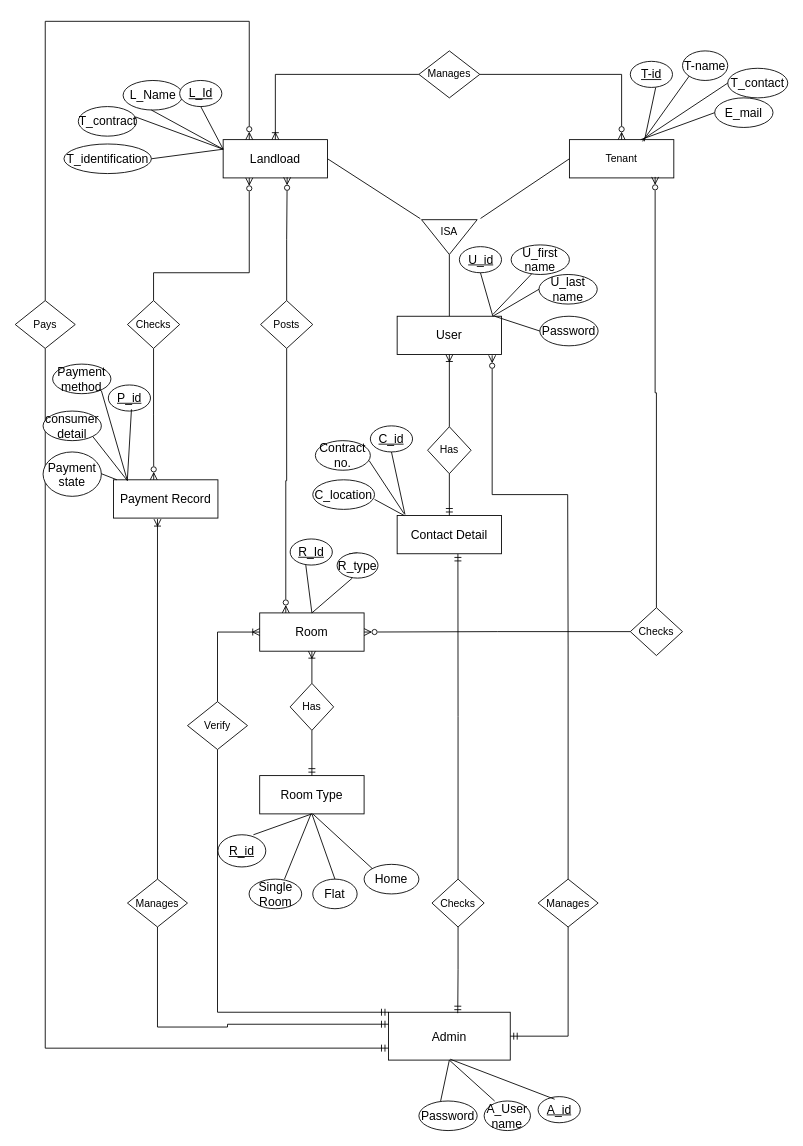
Earlier version of the draw.io diagram page "ERD" (2 of 5) of GharBeti(Diagrams).drawio (Sbdpratik/gharbeti). Source tidied: cells renumbered, new cells numbered last; positions are measured from the earlier drawing's top-left corner, leaving out a move shared by most shapes. Both pictures are drawn from the tidied source at 87%, with x=0, y=0 at pixel (15, 21).
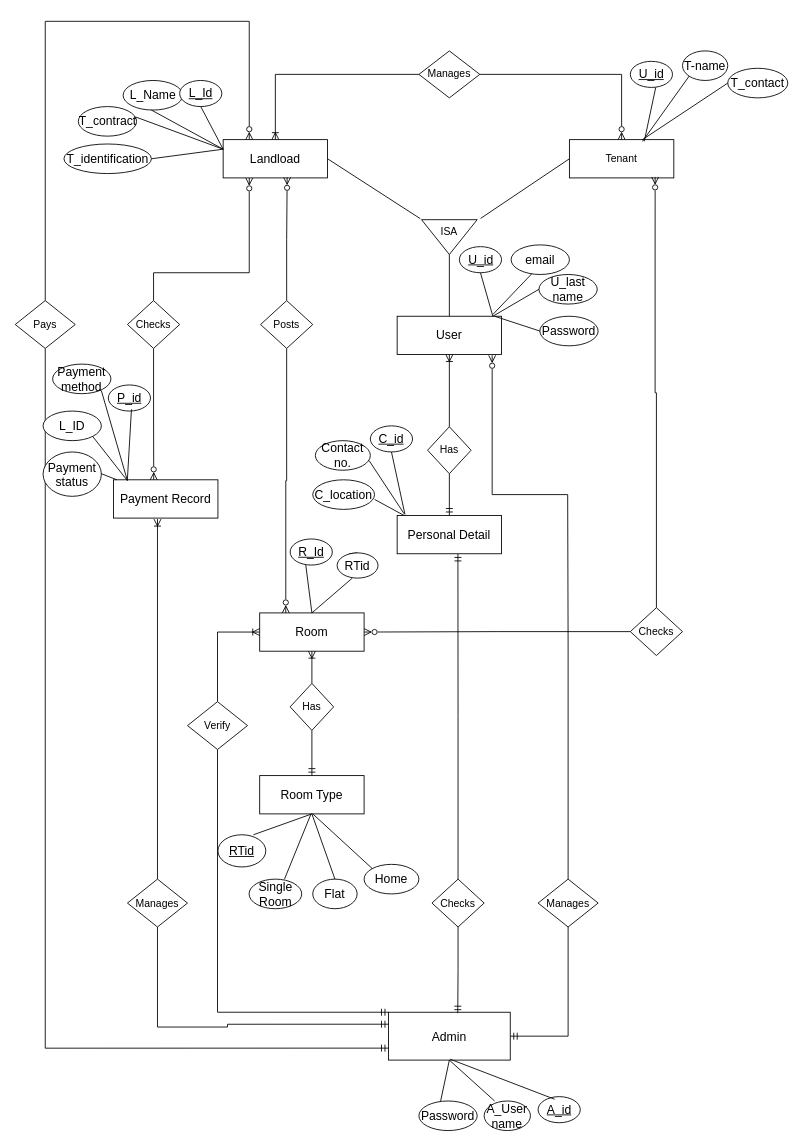
The same page after the edit.

What changed in the source:
```diff
@@
-    <mxCell id="12" value="&lt;font style=&quot;font-size: 14px&quot;&gt;Contact Detail&lt;/font&gt;" style="rounded=0;whiteSpace=wrap;html=1;" parent="1" vertex="1">
+    <mxCell id="12" value="&lt;font style=&quot;font-size: 14px&quot;&gt;Personal Detail&lt;/font&gt;" style="rounded=0;whiteSpace=wrap;html=1;" parent="1" vertex="1">
       <mxGeometry x="439" y="568" width="120" height="44" as="geometry" />
     </mxCell>
@@
-    <mxCell id="49" value="E_mail" style="ellipse;whiteSpace=wrap;html=1;fontSize=14;" parent="1" vertex="1">
-      <mxGeometry x="804" y="88" width="67" height="34" as="geometry" />
-    </mxCell>
@@
-    <mxCell id="54" value="T-id" style="ellipse;whiteSpace=wrap;html=1;align=center;fontStyle=4;fontSize=14;" parent="1" vertex="1">
+    <mxCell id="54" value="U_id" style="ellipse;whiteSpace=wrap;html=1;align=center;fontStyle=4;fontSize=14;" parent="1" vertex="1">
       <mxGeometry x="707" y="46" width="48.5" height="30" as="geometry" />
     </mxCell>
@@
-    <mxCell id="62" style="endArrow=none;html=1;fontSize=14;entryX=0;entryY=0.5;entryDx=0;entryDy=0;" parent="1" edge="1" target="49">
-      <mxGeometry relative="1" as="geometry">
-        <mxPoint x="719" y="136" as="sourcePoint" />
-      </mxGeometry>
-    </mxCell>
@@
-    <mxCell id="67" value="U_first name" style="ellipse;whiteSpace=wrap;html=1;fontSize=14;" parent="1" vertex="1">
+    <mxCell id="67" value="email" style="ellipse;whiteSpace=wrap;html=1;fontSize=14;" parent="1" vertex="1">
       <mxGeometry x="570" y="257" width="67" height="34" as="geometry" />
     </mxCell>
@@
-    <mxCell id="81" value="R_id" style="ellipse;whiteSpace=wrap;html=1;align=center;fontStyle=4;fontSize=14;" parent="1" vertex="1">
+    <mxCell id="81" value="RTid" style="ellipse;whiteSpace=wrap;html=1;align=center;fontStyle=4;fontSize=14;" parent="1" vertex="1">
       <mxGeometry x="233" y="935" width="55" height="37" as="geometry" />
     </mxCell>
@@
-    <mxCell id="89" value="Contract no." style="ellipse;whiteSpace=wrap;html=1;fontSize=14;" parent="1" vertex="1">
+    <mxCell id="89" value="Contact no." style="ellipse;whiteSpace=wrap;html=1;fontSize=14;" parent="1" vertex="1">
       <mxGeometry x="345" y="482" width="63.2" height="34" as="geometry" />
     </mxCell>
@@
-    <mxCell id="95" value="consumer detail" style="ellipse;whiteSpace=wrap;html=1;fontSize=14;" parent="1" vertex="1">
+    <mxCell id="95" value="L_ID" style="ellipse;whiteSpace=wrap;html=1;fontSize=14;" parent="1" vertex="1">
       <mxGeometry x="32" y="448" width="67" height="34" as="geometry" />
     </mxCell>
-    <mxCell id="96" value="Payment state" style="ellipse;whiteSpace=wrap;html=1;fontSize=14;" parent="1" vertex="1">
+    <mxCell id="96" value="Payment status" style="ellipse;whiteSpace=wrap;html=1;fontSize=14;" parent="1" vertex="1">
       <mxGeometry x="32" y="495" width="67" height="51" as="geometry" />
     </mxCell>
-    <mxCell id="97" value="R_type" style="ellipse;whiteSpace=wrap;html=1;fontSize=14;" parent="1" vertex="1">
+    <mxCell id="97" value="RTid" style="ellipse;whiteSpace=wrap;html=1;fontSize=14;" parent="1" vertex="1">
       <mxGeometry x="370" y="611" width="47" height="29" as="geometry" />
     </mxCell>
```
